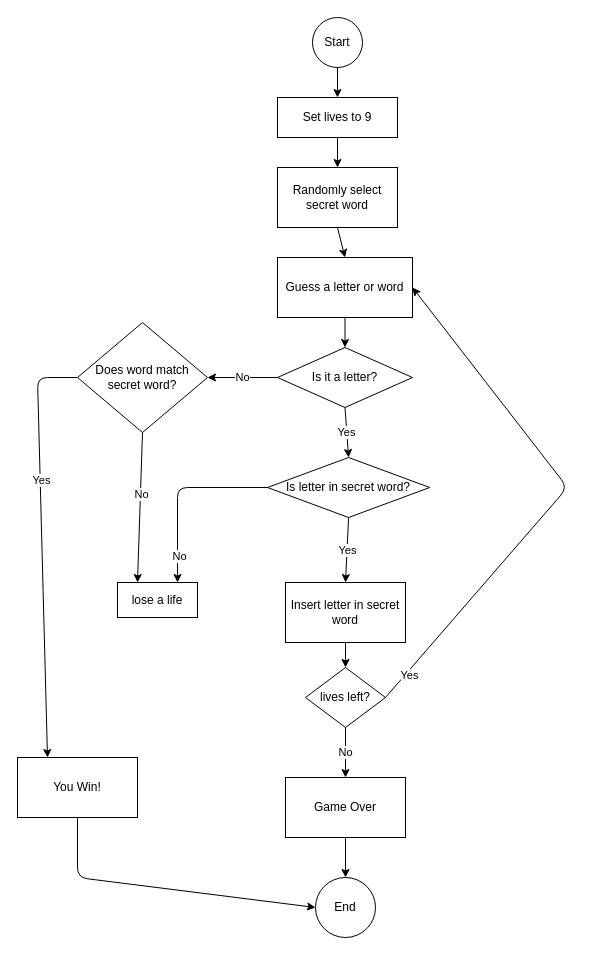
Before: ninelives.drawio in AndreaT22/PYTHON, a draw.io diagram. Source tidied: cells renumbered, new cells numbered last; positions are measured from the earlier drawing's top-left corner, leaving out a move shared by most shapes. Both pictures are drawn from the tidied source at 100%, with x=0, y=0 at pixel (17, 17).
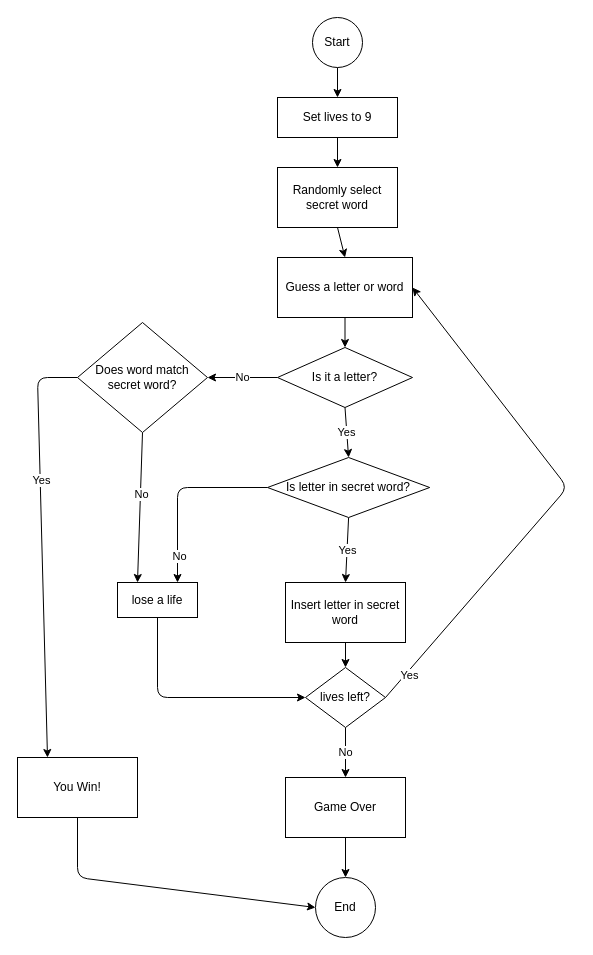
After the change.

The change refers to these unchanged cells:
```xml
<mxCell id="23" value="lives left?" style="rhombus;whiteSpace=wrap;html=1;" parent="1" vertex="1">
  <mxGeometry x="288" y="650" width="80" height="60" as="geometry" />
</mxCell>
<mxCell id="27" value="lose a life" style="rounded=0;whiteSpace=wrap;html=1;" parent="1" vertex="1">
  <mxGeometry x="100" y="565" width="80" height="35" as="geometry" />
</mxCell>
```

What changed in the source:
```diff
@@
+    <mxCell id="35" style="edgeStyle=none;html=1;exitX=0.5;exitY=1;exitDx=0;exitDy=0;entryX=0;entryY=0.5;entryDx=0;entryDy=0;" parent="1" edge="1" source="27" target="23">
+      <mxGeometry relative="1" as="geometry">
+        <Array as="points">
+          <mxPoint x="140" y="680" />
+        </Array>
+      </mxGeometry>
+    </mxCell>
```
